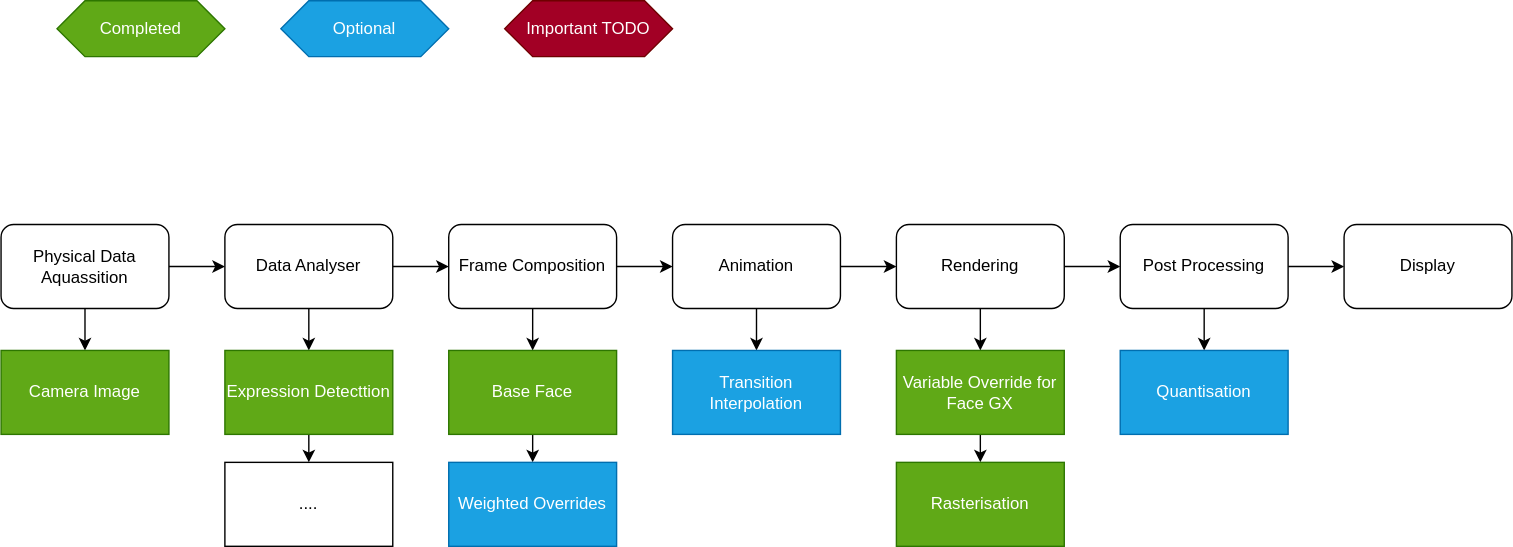
The draw.io diagram docs/Pipeline.drawio.svg in 1Wargear/Face2Led, before a commit. Source tidied: cells renumbered, new cells last; positions are measured from the earlier drawing's top-left corner, leaving out a move shared by most shapes.
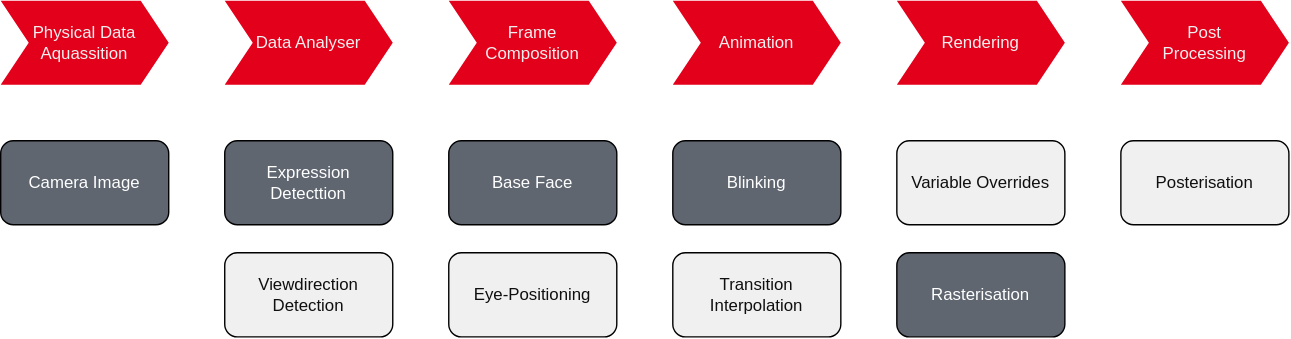
The same diagram one commit later.

Change to the diagram source:
```diff
@@ -2,107 +2,53 @@
   <root>
     <mxCell id="0" />
     <mxCell id="1" parent="0" />
-    <mxCell id="2" style="edgeStyle=none;html=1;entryX=0;entryY=0.5;entryDx=0;entryDy=0;" parent="1" edge="1" source="4" target="7">
-      <mxGeometry relative="1" as="geometry" />
-    </mxCell>
-    <mxCell id="3" style="edgeStyle=none;html=1;exitX=0.5;exitY=1;exitDx=0;exitDy=0;entryX=0.5;entryY=0;entryDx=0;entryDy=0;" parent="1" edge="1" source="4" target="18">
-      <mxGeometry relative="1" as="geometry" />
-    </mxCell>
-    <mxCell id="4" value="Physical Data Aquassition" style="rounded=1;whiteSpace=wrap;html=1;" parent="1" vertex="1">
-      <mxGeometry y="160" width="120" height="60" as="geometry" />
-    </mxCell>
-    <mxCell id="5" style="edgeStyle=none;html=1;" parent="1" edge="1" source="7" target="10">
-      <mxGeometry relative="1" as="geometry" />
-    </mxCell>
-    <mxCell id="6" style="edgeStyle=none;html=1;exitX=0.5;exitY=1;exitDx=0;exitDy=0;entryX=0.5;entryY=0;entryDx=0;entryDy=0;" parent="1" edge="1" source="7" target="20">
-      <mxGeometry relative="1" as="geometry" />
-    </mxCell>
+    <mxCell id="35" value="Physical Data Aquassition" style="shape=step;perimeter=stepPerimeter;whiteSpace=wrap;html=1;fixedSize=1;fillColor=#E3001B;strokeColor=none;fontColor=#F0F0F0;" parent="1" vertex="1">
+      <mxGeometry x="80" y="80" width="120" height="60" as="geometry" />
+    </mxCell>
-    <mxCell id="7" value="Data Analyser" style="rounded=1;whiteSpace=wrap;html=1;" parent="1" vertex="1">
-      <mxGeometry x="160" y="160" width="120" height="60" as="geometry" />
+    <mxCell id="7" value="Data Analyser" style="shape=step;perimeter=stepPerimeter;whiteSpace=wrap;html=1;fixedSize=1;fillColor=#E3001B;strokeColor=none;fontColor=#F0F0F0;" parent="1" vertex="1">
+      <mxGeometry x="240" y="80" width="120" height="60" as="geometry" />
     </mxCell>
-    <mxCell id="8" style="edgeStyle=none;html=1;exitX=0.5;exitY=1;exitDx=0;exitDy=0;entryX=0.5;entryY=0;entryDx=0;entryDy=0;" parent="1" edge="1" source="10" target="23">
-      <mxGeometry relative="1" as="geometry" />
-    </mxCell>
-    <mxCell id="9" style="edgeStyle=none;html=1;" parent="1" edge="1" source="10" target="31">
-      <mxGeometry relative="1" as="geometry" />
-    </mxCell>
-    <mxCell id="10" value="Frame Composition" style="rounded=1;whiteSpace=wrap;html=1;" parent="1" vertex="1">
-      <mxGeometry x="320" y="160" width="120" height="60" as="geometry" />
+    <mxCell id="10" value="Frame&lt;br&gt;Composition" style="shape=step;perimeter=stepPerimeter;whiteSpace=wrap;html=1;fixedSize=1;fillColor=#E3001B;strokeColor=none;fontColor=#F0F0F0;" parent="1" vertex="1">
+      <mxGeometry x="400" y="80" width="120" height="60" as="geometry" />
     </mxCell>
-    <mxCell id="11" style="edgeStyle=none;html=1;" parent="1" edge="1" source="13" target="16">
-      <mxGeometry relative="1" as="geometry" />
-    </mxCell>
-    <mxCell id="12" style="edgeStyle=none;html=1;exitX=0.5;exitY=1;exitDx=0;exitDy=0;entryX=0.5;entryY=0;entryDx=0;entryDy=0;" parent="1" edge="1" source="13" target="26">
-      <mxGeometry relative="1" as="geometry" />
-    </mxCell>
+    <mxCell id="31" value="Animation" style="shape=step;perimeter=stepPerimeter;whiteSpace=wrap;html=1;fixedSize=1;fillColor=#E3001B;strokeColor=none;fontColor=#F0F0F0;" parent="1" vertex="1">
+      <mxGeometry x="560" y="80" width="120" height="60" as="geometry" />
+    </mxCell>
-    <mxCell id="13" value="Rendering" style="rounded=1;whiteSpace=wrap;html=1;" parent="1" vertex="1">
-      <mxGeometry x="640" y="160" width="120" height="60" as="geometry" />
+    <mxCell id="13" value="Rendering" style="shape=step;perimeter=stepPerimeter;whiteSpace=wrap;html=1;fixedSize=1;fillColor=#E3001B;strokeColor=none;fontColor=#F0F0F0;" parent="1" vertex="1">
+      <mxGeometry x="720" y="80" width="120" height="60" as="geometry" />
     </mxCell>
-    <mxCell id="14" style="edgeStyle=none;html=1;" parent="1" edge="1" source="16" target="17">
-      <mxGeometry relative="1" as="geometry" />
-    </mxCell>
-    <mxCell id="15" style="edgeStyle=none;html=1;exitX=0.5;exitY=1;exitDx=0;exitDy=0;entryX=0.5;entryY=0;entryDx=0;entryDy=0;" parent="1" edge="1" source="16" target="28">
-      <mxGeometry relative="1" as="geometry" />
-    </mxCell>
-    <mxCell id="16" value="Post Processing" style="rounded=1;whiteSpace=wrap;html=1;" parent="1" vertex="1">
-      <mxGeometry x="800" y="160" width="120" height="60" as="geometry" />
+    <mxCell id="16" value="Post&lt;br&gt;Processing" style="shape=step;perimeter=stepPerimeter;whiteSpace=wrap;html=1;fixedSize=1;fillColor=#E3001B;strokeColor=none;fontColor=#F0F0F0;" parent="1" vertex="1">
+      <mxGeometry x="880" y="80" width="120" height="60" as="geometry" />
     </mxCell>
-    <mxCell id="17" value="Display" style="rounded=1;whiteSpace=wrap;html=1;" parent="1" vertex="1">
-      <mxGeometry x="960" y="160" width="120" height="60" as="geometry" />
-    </mxCell>
-    <mxCell id="18" value="Camera Image" style="rounded=0;whiteSpace=wrap;html=1;fillColor=#60a917;fontColor=#ffffff;strokeColor=#2D7600;" parent="1" vertex="1">
-      <mxGeometry y="250" width="120" height="60" as="geometry" />
+    <mxCell id="18" value="&lt;span style=&quot;color: rgb(255, 255, 255);&quot;&gt;Camera Image&lt;/span&gt;" style="rounded=1;whiteSpace=wrap;html=1;fillColor=#5F6670;" parent="1" vertex="1">
+      <mxGeometry x="80" y="180" width="120" height="60" as="geometry" />
     </mxCell>
-    <mxCell id="19" style="edgeStyle=none;html=1;exitX=0.5;exitY=1;exitDx=0;exitDy=0;entryX=0.5;entryY=0;entryDx=0;entryDy=0;" parent="1" edge="1" source="20" target="21">
-      <mxGeometry relative="1" as="geometry" />
-    </mxCell>
-    <mxCell id="20" value="Expression Detecttion" style="rounded=0;whiteSpace=wrap;html=1;fillColor=#60a917;fontColor=#ffffff;strokeColor=#2D7600;" parent="1" vertex="1">
-      <mxGeometry x="160" y="250" width="120" height="60" as="geometry" />
+    <mxCell id="20" value="&lt;span style=&quot;color: rgb(255, 255, 255);&quot;&gt;Expression&lt;br&gt;Detecttion&lt;/span&gt;" style="rounded=1;whiteSpace=wrap;html=1;fillColor=#5F6670;" parent="1" vertex="1">
+      <mxGeometry x="240" y="180" width="120" height="60" as="geometry" />
     </mxCell>
-    <mxCell id="21" value="...." style="rounded=0;whiteSpace=wrap;html=1;" parent="1" vertex="1">
-      <mxGeometry x="160" y="330" width="120" height="60" as="geometry" />
-    </mxCell>
-    <mxCell id="22" style="edgeStyle=none;html=1;exitX=0.5;exitY=1;exitDx=0;exitDy=0;entryX=0.5;entryY=0;entryDx=0;entryDy=0;" parent="1" edge="1" source="23" target="24">
-      <mxGeometry relative="1" as="geometry" />
-    </mxCell>
-    <mxCell id="23" value="Base Face" style="rounded=0;whiteSpace=wrap;html=1;fillColor=#60a917;fontColor=#ffffff;strokeColor=#2D7600;" parent="1" vertex="1">
-      <mxGeometry x="320" y="250" width="120" height="60" as="geometry" />
+    <mxCell id="23" value="&lt;span style=&quot;color: rgb(255, 255, 255);&quot;&gt;Base Face&lt;/span&gt;" style="rounded=1;whiteSpace=wrap;html=1;fillColor=#5F6670;" parent="1" vertex="1">
+      <mxGeometry x="400" y="180" width="120" height="60" as="geometry" />
     </mxCell>
-    <mxCell id="24" value="Weighted Overrides" style="rounded=0;whiteSpace=wrap;html=1;fillColor=#1ba1e2;fontColor=#ffffff;strokeColor=#006EAF;" parent="1" vertex="1">
-      <mxGeometry x="320" y="330" width="120" height="60" as="geometry" />
-    </mxCell>
-    <mxCell id="25" style="edgeStyle=none;html=1;exitX=0.5;exitY=1;exitDx=0;exitDy=0;entryX=0.5;entryY=0;entryDx=0;entryDy=0;" parent="1" edge="1" source="26" target="27">
-      <mxGeometry relative="1" as="geometry" />
-    </mxCell>
-    <mxCell id="26" value="Variable Override for Face GX" style="rounded=0;whiteSpace=wrap;html=1;fillColor=#60a917;fontColor=#ffffff;strokeColor=#2D7600;" parent="1" vertex="1">
-      <mxGeometry x="640" y="250" width="120" height="60" as="geometry" />
-    </mxCell>
+    <mxCell id="36" value="&lt;font color=&quot;#ffffff&quot;&gt;Blinking&lt;/font&gt;" style="rounded=1;whiteSpace=wrap;html=1;fillColor=#5F6670;" parent="1" vertex="1">
+      <mxGeometry x="560" y="180" width="120" height="60" as="geometry" />
+    </mxCell>
+    <mxCell id="37" value="&lt;span style=&quot;&quot;&gt;Variable Overrides&lt;/span&gt;" style="rounded=1;whiteSpace=wrap;html=1;fontColor=#0F0F0F;fillColor=#F0F0F0;" parent="1" vertex="1">
+      <mxGeometry x="720" y="180" width="120" height="60" as="geometry" />
+    </mxCell>
+    <mxCell id="38" value="&lt;span style=&quot;&quot;&gt;Posterisation&lt;/span&gt;" style="rounded=1;whiteSpace=wrap;html=1;fontColor=#0F0F0F;fillColor=#F0F0F0;" parent="1" vertex="1">
+      <mxGeometry x="880" y="180" width="120" height="60" as="geometry" />
+    </mxCell>
+    <mxCell id="39" value="&lt;font&gt;Viewdirection Detection&lt;/font&gt;" style="rounded=1;whiteSpace=wrap;html=1;fontColor=#0F0F0F;fillColor=#F0F0F0;" parent="1" vertex="1">
+      <mxGeometry x="240" y="260" width="120" height="60" as="geometry" />
+    </mxCell>
+    <mxCell id="40" value="&lt;font&gt;Eye-Positioning&lt;/font&gt;" style="rounded=1;whiteSpace=wrap;html=1;fontColor=#0F0F0F;fillColor=#F0F0F0;" parent="1" vertex="1">
+      <mxGeometry x="400" y="260" width="120" height="60" as="geometry" />
+    </mxCell>
-    <mxCell id="27" value="Rasterisation" style="rounded=0;whiteSpace=wrap;html=1;fillColor=#60a917;fontColor=#ffffff;strokeColor=#2D7600;" parent="1" vertex="1">
-      <mxGeometry x="640" y="330" width="120" height="60" as="geometry" />
+    <mxCell id="27" value="&lt;font color=&quot;#ffffff&quot;&gt;Rasterisation&lt;/font&gt;" style="rounded=1;whiteSpace=wrap;html=1;fillColor=#5F6670;" parent="1" vertex="1">
+      <mxGeometry x="720" y="260" width="120" height="60" as="geometry" />
     </mxCell>
-    <mxCell id="28" value="Quantisation" style="rounded=0;whiteSpace=wrap;html=1;fillColor=#1ba1e2;fontColor=#ffffff;strokeColor=#006EAF;" parent="1" vertex="1">
-      <mxGeometry x="800" y="250" width="120" height="60" as="geometry" />
-    </mxCell>
-    <mxCell id="29" style="edgeStyle=none;html=1;" parent="1" edge="1" source="31" target="13">
-      <mxGeometry relative="1" as="geometry" />
-    </mxCell>
-    <mxCell id="30" style="edgeStyle=none;html=1;exitX=0.5;exitY=1;exitDx=0;exitDy=0;entryX=0.5;entryY=0;entryDx=0;entryDy=0;" parent="1" edge="1" source="31" target="32">
-      <mxGeometry relative="1" as="geometry" />
-    </mxCell>
-    <mxCell id="31" value="Animation" style="rounded=1;whiteSpace=wrap;html=1;" parent="1" vertex="1">
-      <mxGeometry x="480" y="160" width="120" height="60" as="geometry" />
-    </mxCell>
-    <mxCell id="32" value="Transition Interpolation" style="rounded=0;whiteSpace=wrap;html=1;fillColor=#1ba1e2;fontColor=#ffffff;strokeColor=#006EAF;" parent="1" vertex="1">
-      <mxGeometry x="480" y="250" width="120" height="60" as="geometry" />
+    <mxCell id="32" value="&lt;font&gt;Transition Interpolation&lt;/font&gt;" style="rounded=1;whiteSpace=wrap;html=1;fontColor=#0F0F0F;fillColor=#F0F0F0;" parent="1" vertex="1">
+      <mxGeometry x="560" y="260" width="120" height="60" as="geometry" />
     </mxCell>
-    <mxCell id="33" value="Completed" style="shape=hexagon;perimeter=hexagonPerimeter2;whiteSpace=wrap;html=1;fixedSize=1;fillColor=#60a917;fontColor=#ffffff;strokeColor=#2D7600;" parent="1" vertex="1">
-      <mxGeometry x="40" width="120" height="40" as="geometry" />
-    </mxCell>
-    <mxCell id="34" value="Optional" style="shape=hexagon;perimeter=hexagonPerimeter2;whiteSpace=wrap;html=1;fixedSize=1;fillColor=#1ba1e2;fontColor=#ffffff;strokeColor=#006EAF;" parent="1" vertex="1">
-      <mxGeometry x="200" width="120" height="40" as="geometry" />
-    </mxCell>
-    <mxCell id="35" value="Important TODO" style="shape=hexagon;perimeter=hexagonPerimeter2;whiteSpace=wrap;html=1;fixedSize=1;fillColor=#a20025;fontColor=#ffffff;strokeColor=#6F0000;" parent="1" vertex="1">
-      <mxGeometry x="360" width="120" height="40" as="geometry" />
-    </mxCell>
   </root>
 </mxGraphModel>
```
